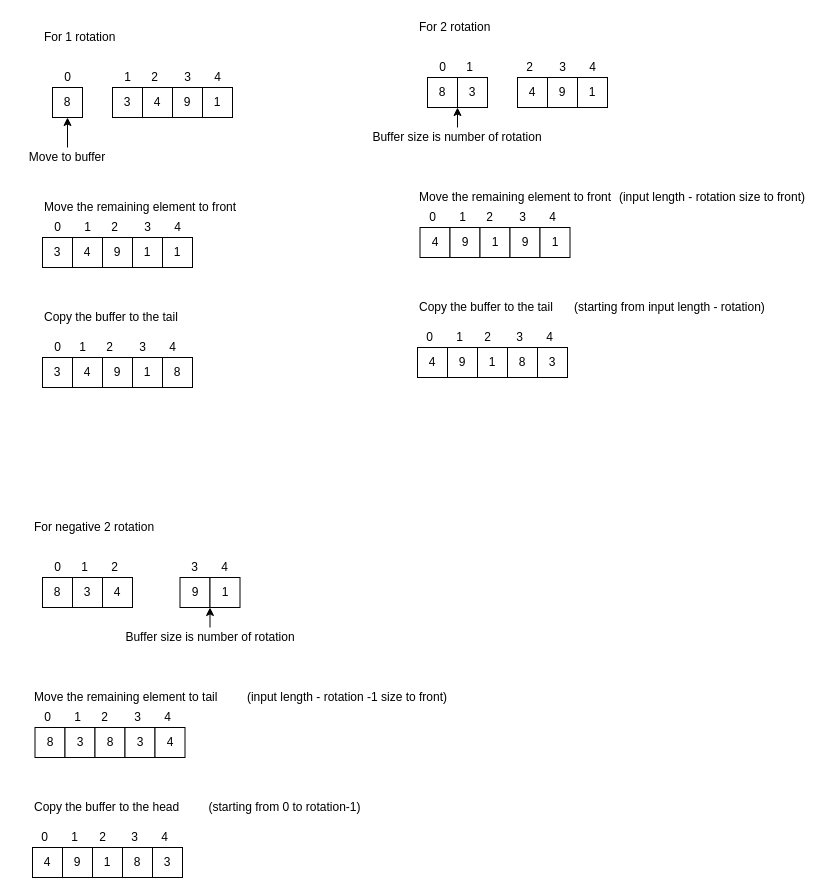
Earlier version of the draw.io diagram docs/RotationLogic.drawio (rajsenthil/tdd-java). Source tidied: cells renumbered, new cells numbered last; positions are measured from the earlier drawing's top-left corner, leaving out a move shared by most shapes. Both pictures are drawn from the tidied source at 100%, with x=0, y=0 at pixel (17, 17).
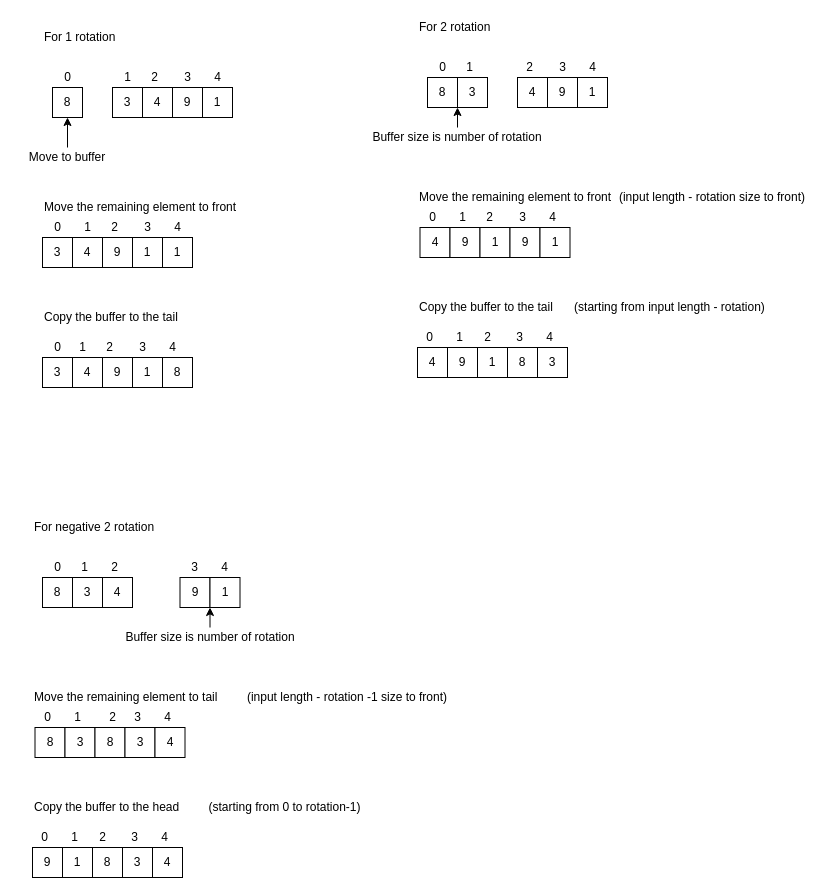
Above is the later version.

The edit, as a diff of the source:
```diff
@@
     <mxCell id="93" value="2" style="text;html=1;strokeColor=none;fillColor=none;align=center;verticalAlign=middle;whiteSpace=wrap;rounded=0;" parent="1" vertex="1">
-      <mxGeometry x="80" y="690" width="15" height="20" as="geometry" />
+      <mxGeometry x="87.5" y="690" width="15" height="20" as="geometry" />
     </mxCell>
@@
-    <mxCell id="97" value="4" style="whiteSpace=wrap;html=1;" parent="1" vertex="1">
+    <mxCell id="97" value="9" style="whiteSpace=wrap;html=1;" parent="1" vertex="1">
       <mxGeometry x="15" y="830" width="30" height="30" as="geometry" />
     </mxCell>
-    <mxCell id="98" value="9" style="whiteSpace=wrap;html=1;" parent="1" vertex="1">
+    <mxCell id="98" value="1" style="whiteSpace=wrap;html=1;" parent="1" vertex="1">
       <mxGeometry x="45" y="830" width="30" height="30" as="geometry" />
     </mxCell>
-    <mxCell id="99" value="1" style="whiteSpace=wrap;html=1;" parent="1" vertex="1">
+    <mxCell id="99" value="8" style="whiteSpace=wrap;html=1;" parent="1" vertex="1">
       <mxGeometry x="75" y="830" width="30" height="30" as="geometry" />
     </mxCell>
-    <mxCell id="100" value="8" style="whiteSpace=wrap;html=1;" parent="1" vertex="1">
+    <mxCell id="100" value="3" style="whiteSpace=wrap;html=1;" parent="1" vertex="1">
       <mxGeometry x="105" y="830" width="30" height="30" as="geometry" />
     </mxCell>
@@
-    <mxCell id="106" value="3" style="whiteSpace=wrap;html=1;" parent="1" vertex="1">
+    <mxCell id="106" value="4" style="whiteSpace=wrap;html=1;" parent="1" vertex="1">
       <mxGeometry x="135" y="830" width="30" height="30" as="geometry" />
     </mxCell>
```
